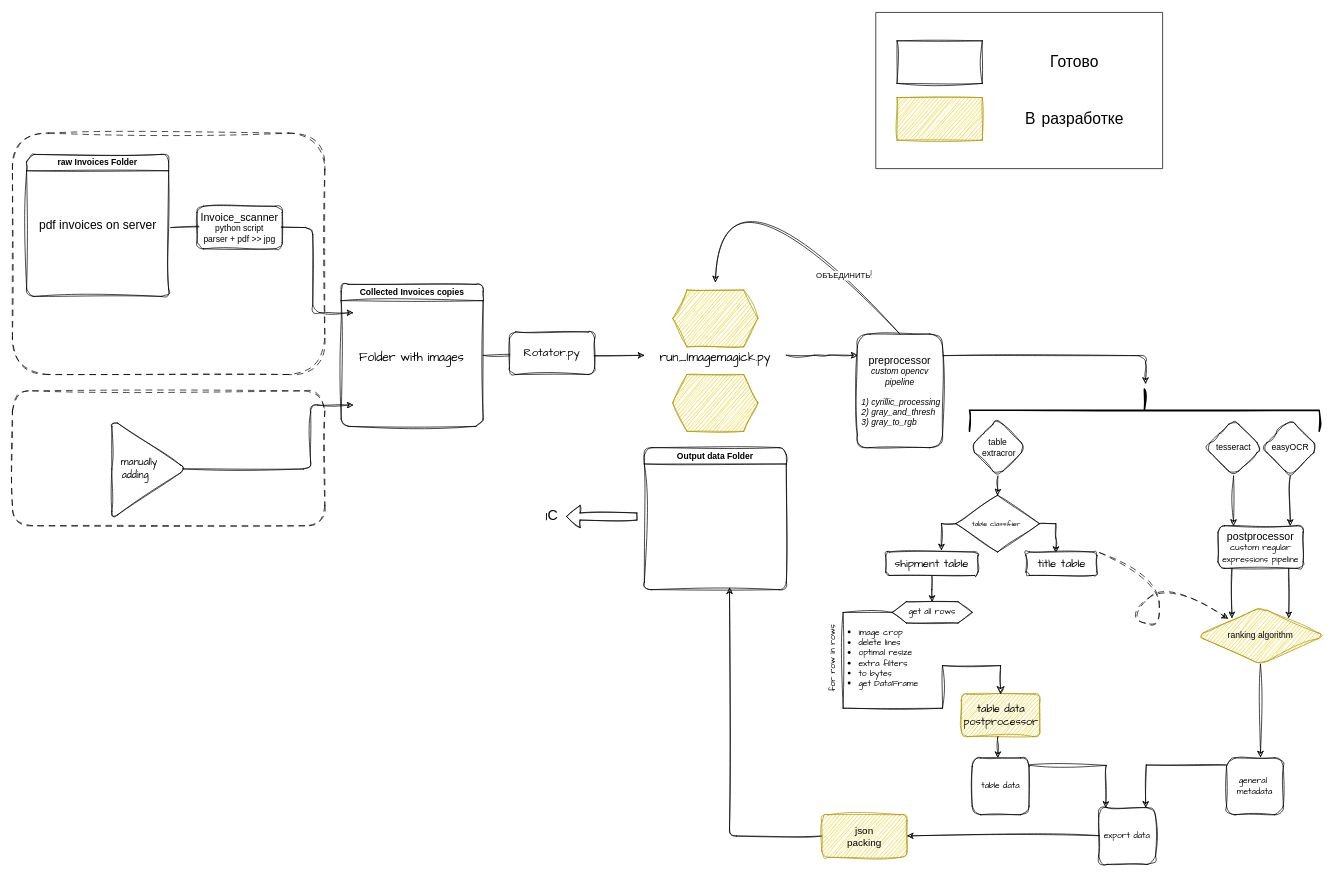
maxfil333/shared keeps this draw.io diagram as SCHEMAS/invoice.drawio. Above is the earlier version. Source tidied: cells renumbered, new cells numbered last; positions are measured from the earlier drawing's top-left corner, leaving out a move shared by most shapes. Both pictures are drawn from the tidied source at 71%, with x=0, y=0 at pixel (12, 12).
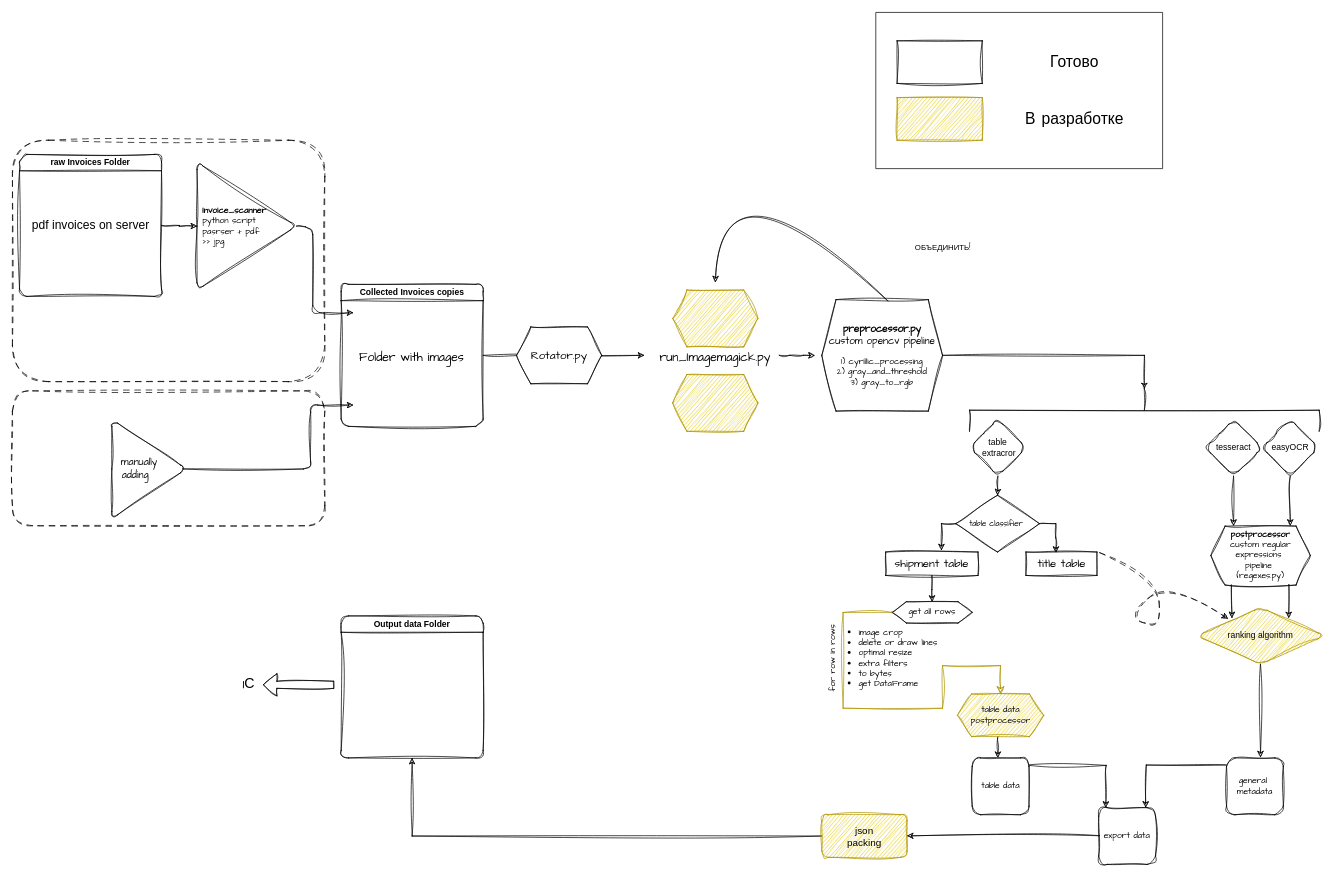
The same diagram, later.

The change refers to these unchanged cells:
```xml
<mxCell id="43" value="&lt;font style=&quot;font-size: 14px;&quot;&gt;json&lt;/font&gt;&lt;div style=&quot;font-size: 14px;&quot;&gt;&lt;font style=&quot;font-size: 14px;&quot;&gt;packing&lt;/font&gt;&lt;/div&gt;" style="rounded=1;whiteSpace=wrap;html=1;sketch=1;curveFitting=1;jiggle=2;fillColor=#e3c800;strokeColor=#B09500;fontColor=#000000;" parent="1" vertex="1">
  <mxGeometry x="1140" y="1130" width="120" height="60" as="geometry" />
</mxCell>
<mxCell id="61" value="get all rows" style="shape=hexagon;perimeter=hexagonPerimeter2;whiteSpace=wrap;html=1;fixedSize=1;sketch=1;hachureGap=4;jiggle=2;curveFitting=1;fontFamily=Architects Daughter;" parent="1" vertex="1">
  <mxGeometry x="1239" y="830" width="112.8" height="30" as="geometry" />
</mxCell>
```

Change to the diagram source:
```diff
@@
-    <mxCell id="2" value="&lt;ul&gt;&lt;li&gt;image crop&lt;/li&gt;&lt;li&gt;delete lines&lt;/li&gt;&lt;li&gt;optimal resize&lt;/li&gt;&lt;li&gt;extra filters&lt;/li&gt;&lt;li&gt;to bytes&lt;/li&gt;&lt;li&gt;get DataFrame&lt;/li&gt;&lt;/ul&gt;" style="text;html=1;align=left;verticalAlign=middle;whiteSpace=wrap;rounded=0;fontFamily=Architects Daughter;" parent="1" vertex="1">
-      <mxGeometry x="1150" y="850" width="150" height="120" as="geometry" />
+    <mxCell id="2" value="&lt;ul&gt;&lt;li&gt;image crop&lt;/li&gt;&lt;li&gt;delete or draw lines&lt;/li&gt;&lt;li&gt;optimal resize&lt;/li&gt;&lt;li&gt;extra filters&lt;/li&gt;&lt;li&gt;to bytes&lt;/li&gt;&lt;li&gt;get DataFrame&lt;/li&gt;&lt;/ul&gt;" style="text;html=1;align=left;verticalAlign=middle;whiteSpace=wrap;rounded=0;fontFamily=Architects Daughter;fillColor=none;" parent="1" vertex="1">
+      <mxGeometry x="1150" y="850" width="180" height="120" as="geometry" />
     </mxCell>
@@
     <mxCell id="4" style="rounded=1;whiteSpace=wrap;html=1;fillColor=none;dashed=1;dashPattern=8 8;strokeColor=#000000;sketch=1;curveFitting=1;jiggle=2;" parent="1" vertex="1">
-      <mxGeometry y="170" width="440" height="340" as="geometry" />
+      <mxGeometry y="180" width="440" height="340" as="geometry" />
     </mxCell>
@@
-    <mxCell id="9" value="&lt;font style=&quot;font-size: 15px;&quot;&gt;preprocessor&lt;/font&gt;&lt;div&gt;&lt;i&gt;custom opencv pipeline&lt;/i&gt;&lt;/div&gt;&lt;div&gt;&lt;i&gt;&lt;br&gt;&lt;/i&gt;&lt;/div&gt;&lt;div style=&quot;text-align: left; padding-bottom: 0px; padding-left: 5px;&quot;&gt;&lt;i&gt;1) cyrillic_processing&lt;/i&gt;&lt;/div&gt;&lt;div style=&quot;text-align: left; padding-left: 5px;&quot;&gt;&lt;i&gt;2) gray_and_thresh&lt;/i&gt;&lt;/div&gt;&lt;div style=&quot;text-align: left; padding-left: 5px;&quot;&gt;&lt;i&gt;3) gray_to_rgb&lt;/i&gt;&lt;/div&gt;" style="rounded=1;whiteSpace=wrap;html=1;sketch=1;curveFitting=1;jiggle=2;" parent="1" vertex="1">
-      <mxGeometry x="1190" y="453" width="120" height="160" as="geometry" />
-    </mxCell>
+    <mxCell id="64" style="edgeStyle=orthogonalEdgeStyle;rounded=0;sketch=1;hachureGap=4;jiggle=2;curveFitting=1;jettySize=auto;html=1;fontFamily=Architects Daughter;exitX=0;exitY=0.5;exitDx=0;exitDy=0;" parent="1" edge="1" source="43" target="10">
+      <mxGeometry relative="1" as="geometry">
+        <Array as="points">
+          <mxPoint x="563" y="1160" />
+        </Array>
+      </mxGeometry>
+    </mxCell>
     <mxCell id="10" value="Output data Folder" style="swimlane;whiteSpace=wrap;html=1;glass=0;shadow=0;sketch=1;curveFitting=1;jiggle=2;rounded=1;" parent="1" vertex="1">
-      <mxGeometry x="890" y="613" width="200" height="200" as="geometry" />
+      <mxGeometry x="463" y="850" width="200" height="200" as="geometry" />
     </mxCell>
+    <mxCell id="65" style="edgeStyle=orthogonalEdgeStyle;rounded=0;sketch=1;hachureGap=4;jiggle=2;curveFitting=1;jettySize=auto;html=1;entryX=0;entryY=0.5;entryDx=0;entryDy=0;fontFamily=Architects Daughter;" parent="1" edge="1" source="11" target="69">
+      <mxGeometry relative="1" as="geometry" />
+    </mxCell>
     <mxCell id="11" value="raw Invoices Folder" style="swimlane;whiteSpace=wrap;html=1;sketch=1;curveFitting=1;jiggle=2;rounded=1;" parent="1" vertex="1">
-      <mxGeometry x="20" y="200" width="200" height="200" as="geometry" />
+      <mxGeometry x="10" y="200" width="200" height="200" as="geometry" />
     </mxCell>
@@
-    <mxCell id="13" value="Collected Invoices copies" style="swimlane;whiteSpace=wrap;html=1;sketch=1;curveFitting=1;jiggle=2;rounded=1;" parent="1" vertex="1">
+    <mxCell id="13" value="Collected Invoices copies" style="swimlane;whiteSpace=wrap;html=1;sketch=1;curveFitting=1;jiggle=2;rounded=1;shadow=0;gradientColor=none;swimlaneFillColor=none;" parent="1" vertex="1">
       <mxGeometry x="463" y="383" width="200" height="200" as="geometry" />
     </mxCell>
-    <mxCell id="14" style="rounded=1;orthogonalLoop=1;jettySize=auto;html=1;sketch=1;curveFitting=1;jiggle=2;" parent="13" edge="1">
+    <mxCell id="14" style="rounded=1;jettySize=auto;html=1;sketch=1;curveFitting=1;jiggle=2;exitX=1;exitY=0.5;exitDx=0;exitDy=0;" parent="13" edge="1" source="69">
       <mxGeometry relative="1" as="geometry">
-        <mxPoint x="-240" y="-80" as="sourcePoint" />
         <mxPoint x="17" y="40" as="targetPoint" />
         <Array as="points">
           <mxPoint x="-40" y="-80" />
           <mxPoint x="-40" y="40" />
         </Array>
       </mxGeometry>
     </mxCell>
@@
-    <mxCell id="19" value="&lt;span style=&quot;font-size: 16px;&quot;&gt;&lt;font face=&quot;Comic Sans MS&quot;&gt;Rotator.py&lt;/font&gt;&lt;/span&gt;" style="rounded=1;whiteSpace=wrap;html=1;sketch=1;curveFitting=1;jiggle=2;" parent="1" vertex="1">
-      <mxGeometry x="700" y="450" width="120" height="60" as="geometry" />
-    </mxCell>
-    <mxCell id="20" value="&lt;font style=&quot;font-size: 15px;&quot;&gt;Invoice_scanner&lt;/font&gt;&lt;div style=&quot;&quot;&gt;&lt;font style=&quot;font-size: 12px;&quot;&gt;python script&lt;/font&gt;&lt;/div&gt;&lt;div style=&quot;&quot;&gt;&lt;font style=&quot;font-size: 12px;&quot;&gt;parser + pdf &amp;gt;&amp;gt; jpg&lt;/font&gt;&lt;/div&gt;" style="rounded=1;whiteSpace=wrap;html=1;sketch=1;curveFitting=1;jiggle=2;" parent="1" vertex="1">
-      <mxGeometry x="260" y="273" width="120" height="60" as="geometry" />
-    </mxCell>
-    <mxCell id="21" style="curved=1;endArrow=classic;html=1;rounded=1;exitX=0.5;exitY=0;exitDx=0;exitDy=0;sketch=1;curveFitting=1;jiggle=2;" parent="1" edge="1" source="9">
+    <mxCell id="21" style="curved=1;endArrow=classic;html=1;rounded=1;exitX=0.5;exitY=0;exitDx=0;exitDy=0;sketch=1;curveFitting=1;jiggle=2;" parent="1" edge="1">
       <mxGeometry relative="1" as="geometry">
+        <mxPoint x="1240" y="413" as="sourcePoint" />
         <mxPoint x="990" y="380" as="targetPoint" />
         <Array as="points">
           <mxPoint x="1000" y="183" />
         </Array>
       </mxGeometry>
     </mxCell>
@@
-    <mxCell id="24" value="&lt;font style=&quot;font-size: 15px;&quot;&gt;postprocessor&lt;/font&gt;&lt;div&gt;&lt;font face=&quot;Comic Sans MS&quot;&gt;custom regular expressions pipeline&lt;/font&gt;&lt;/div&gt;" style="rounded=1;whiteSpace=wrap;html=1;sketch=1;curveFitting=1;jiggle=2;" parent="1" vertex="1">
-      <mxGeometry x="1698" y="723" width="120" height="60" as="geometry" />
-    </mxCell>
@@
-    <mxCell id="30" style="strokeWidth=2;html=1;shape=mxgraph.flowchart.annotation_2;align=left;labelPosition=right;rotation=90;sketch=1;curveFitting=1;jiggle=2;rounded=1;" parent="1" vertex="1">
+    <mxCell id="30" style="strokeWidth=1;html=1;shape=mxgraph.flowchart.annotation_2;align=left;labelPosition=right;rotation=90;sketch=1;curveFitting=1;jiggle=2;rounded=1;" parent="1" vertex="1">
       <mxGeometry x="1564.5" y="314" width="59.5" height="492.5" as="geometry" />
     </mxCell>
-    <mxCell id="31" style="endArrow=classic;html=1;rounded=1;edgeStyle=elbowEdgeStyle;sketch=1;curveFitting=1;jiggle=2;" parent="1" edge="1">
-      <mxGeometry relative="1" as="geometry">
-        <mxPoint x="1090" y="482.8" as="sourcePoint" />
-        <mxPoint x="1190" y="483" as="targetPoint" />
-      </mxGeometry>
-    </mxCell>
-    <mxCell id="32" style="endArrow=classic;html=1;rounded=1;edgeStyle=elbowEdgeStyle;sketch=1;curveFitting=1;jiggle=2;exitX=1.007;exitY=0.19;exitDx=0;exitDy=0;exitPerimeter=0;" parent="1" edge="1" source="9">
-      <mxGeometry relative="1" as="geometry">
-        <mxPoint x="1596" y="523" as="targetPoint" />
-        <Array as="points">
-          <mxPoint x="1596" y="483" />
-        </Array>
-      </mxGeometry>
-    </mxCell>
@@
-    <mxCell id="35" value="&lt;font face=&quot;Comic Sans MS&quot; style=&quot;font-size: 15px;&quot;&gt;table data postprocessor&lt;/font&gt;" style="rounded=1;whiteSpace=wrap;html=1;sketch=1;curveFitting=1;jiggle=2;fillColor=#e3c800;strokeColor=#B09500;fontColor=#000000;" parent="1" vertex="1">
-      <mxGeometry x="1336.5" y="960" width="110.5" height="60" as="geometry" />
-    </mxCell>
@@
-    <mxCell id="39" style="endArrow=classic;html=1;rounded=1;sketch=1;curveFitting=1;jiggle=2;exitX=0;exitY=0.5;exitDx=0;exitDy=0;" parent="1" edge="1" source="43">
-      <mxGeometry relative="1" as="geometry">
-        <mxPoint x="1010" y="810" as="targetPoint" />
-        <Array as="points">
-          <mxPoint x="1010" y="1160" />
-        </Array>
-      </mxGeometry>
-    </mxCell>
@@
     <mxCell id="44" style="shape=flexArrow;endArrow=classic;html=1;rounded=0;sketch=1;curveFitting=1;jiggle=2;" parent="1" edge="1">
       <mxGeometry relative="1" as="geometry">
-        <mxPoint x="880" y="710" as="sourcePoint" />
-        <mxPoint x="780" y="710" as="targetPoint" />
+        <mxPoint x="453" y="947" as="sourcePoint" />
+        <mxPoint x="353" y="947" as="targetPoint" />
       </mxGeometry>
     </mxCell>
     <mxCell id="45" value="&lt;font style=&quot;font-size: 20px;&quot; face=&quot;Comic Sans MS&quot;&gt;1С&lt;/font&gt;" style="text;html=1;align=center;verticalAlign=middle;whiteSpace=wrap;rounded=0;sketch=1;curveFitting=1;jiggle=2;" parent="1" vertex="1">
-      <mxGeometry x="730" y="693" width="60" height="30" as="geometry" />
+      <mxGeometry x="303" y="930" width="60" height="30" as="geometry" />
     </mxCell>
@@
-    <mxCell id="54" value="&lt;font style=&quot;font-size: 10px;&quot; face=&quot;Comic Sans MS&quot;&gt;table classifier&amp;nbsp;&lt;/font&gt;" style="rhombus;whiteSpace=wrap;html=1;sketch=1;curveFitting=1;jiggle=2;" parent="1" vertex="1">
+    <mxCell id="54" value="&lt;font style=&quot;font-size: 11px;&quot; face=&quot;Comic Sans MS&quot;&gt;table classifier&amp;nbsp;&lt;/font&gt;" style="rhombus;whiteSpace=wrap;html=1;sketch=1;curveFitting=1;jiggle=2;" parent="1" vertex="1">
       <mxGeometry x="1328.5" y="680" width="118" height="80" as="geometry" />
     </mxCell>
-    <mxCell id="55" value="&lt;font style=&quot;font-size: 16px;&quot;&gt;title&amp;nbsp;&lt;/font&gt;&lt;span style=&quot;font-size: 16px; background-color: initial;&quot;&gt;table&lt;/span&gt;" style="rounded=1;whiteSpace=wrap;html=1;sketch=1;hachureGap=4;jiggle=2;curveFitting=1;fontFamily=Architects Daughter;align=center;" parent="1" vertex="1">
+    <mxCell id="55" value="&lt;font style=&quot;font-size: 16px;&quot;&gt;title&amp;nbsp;&lt;/font&gt;&lt;span style=&quot;font-size: 16px; background-color: initial;&quot;&gt;table&lt;/span&gt;" style="rounded=0;whiteSpace=wrap;html=1;sketch=1;hachureGap=4;jiggle=2;curveFitting=1;fontFamily=Architects Daughter;align=center;" parent="1" vertex="1">
       <mxGeometry x="1427.5" y="760" width="100" height="33" as="geometry" />
     </mxCell>
@@
-    <mxCell id="57" value="&lt;font style=&quot;font-size: 16px;&quot;&gt;shipment&amp;nbsp;&lt;/font&gt;&lt;span style=&quot;background-color: initial; font-size: 16px;&quot;&gt;table&lt;/span&gt;" style="rounded=1;whiteSpace=wrap;html=1;sketch=1;hachureGap=4;jiggle=2;curveFitting=1;fontFamily=Architects Daughter;align=center;" parent="1" vertex="1">
+    <mxCell id="57" value="&lt;font style=&quot;font-size: 16px;&quot;&gt;shipment&amp;nbsp;&lt;/font&gt;&lt;span style=&quot;background-color: initial; font-size: 16px;&quot;&gt;table&lt;/span&gt;" style="rounded=0;whiteSpace=wrap;html=1;sketch=1;hachureGap=4;jiggle=2;curveFitting=1;fontFamily=Architects Daughter;align=center;" parent="1" vertex="1">
       <mxGeometry x="1230" y="760" width="130" height="33" as="geometry" />
     </mxCell>
@@
-    <mxCell id="63" style="edgeStyle=segmentEdgeStyle;endArrow=classic;html=1;curved=0;rounded=0;endSize=8;startSize=8;sourcePerimeterSpacing=0;targetPerimeterSpacing=0;sketch=1;hachureGap=4;jiggle=2;curveFitting=1;fontFamily=Architects Daughter;exitX=-0.003;exitY=0.503;exitDx=0;exitDy=0;exitPerimeter=0;entryX=0.5;entryY=0;entryDx=0;entryDy=0;" parent="1" edge="1" source="61" target="35">
+    <mxCell id="63" style="edgeStyle=segmentEdgeStyle;endArrow=classic;html=1;curved=0;rounded=0;endSize=8;startSize=8;sourcePerimeterSpacing=0;targetPerimeterSpacing=0;sketch=1;hachureGap=4;jiggle=2;curveFitting=1;fontFamily=Architects Daughter;exitX=-0.003;exitY=0.503;exitDx=0;exitDy=0;exitPerimeter=0;entryX=0.5;entryY=0;entryDx=0;entryDy=0;fillColor=#e3c800;strokeColor=#B09500;" parent="1" edge="1" source="61">
       <mxGeometry relative="1" as="geometry">
+        <mxPoint x="1391.7" y="960" as="targetPoint" />
         <Array as="points">
           <mxPoint x="1170" y="845" />
           <mxPoint x="1170" y="980" />
           <mxPoint x="1310" y="980" />
           <mxPoint x="1310" y="920" />
           <mxPoint x="1392" y="920" />
         </Array>
       </mxGeometry>
     </mxCell>
+    <mxCell id="19" value="&lt;font style=&quot;font-size: 16px;&quot;&gt;Rotator.py&lt;/font&gt;" style="shape=hexagon;perimeter=hexagonPerimeter2;whiteSpace=wrap;html=1;fixedSize=1;sketch=1;hachureGap=4;jiggle=2;curveFitting=1;fontFamily=Architects Daughter;" parent="1" vertex="1">
+      <mxGeometry x="710" y="443" width="120" height="80" as="geometry" />
+    </mxCell>
+    <mxCell id="66" value="&lt;font style=&quot;font-size: 14px;&quot;&gt;&lt;b&gt;preprocessor.py&lt;/b&gt;&lt;/font&gt;&lt;div style=&quot;font-size: 14px;&quot;&gt;custom opencv pipeline&lt;/div&gt;&lt;div&gt;&lt;br&gt;&lt;/div&gt;&lt;div&gt;1) cyrillic_processing&lt;/div&gt;&lt;div&gt;2) gray_and_threshold&lt;/div&gt;&lt;div&gt;3) gray_to_rgb&lt;/div&gt;" style="shape=hexagon;perimeter=hexagonPerimeter2;whiteSpace=wrap;html=1;fixedSize=1;sketch=1;hachureGap=4;jiggle=2;curveFitting=1;fontFamily=Architects Daughter;" parent="1" vertex="1">
+      <mxGeometry x="1140" y="404.5" width="170" height="157" as="geometry" />
+    </mxCell>
+    <mxCell id="31" style="endArrow=classic;html=1;rounded=1;edgeStyle=elbowEdgeStyle;sketch=1;curveFitting=1;jiggle=2;entryX=0;entryY=0.5;entryDx=0;entryDy=0;" parent="1" edge="1">
+      <mxGeometry relative="1" as="geometry">
+        <mxPoint x="1080" y="482.9" as="sourcePoint" />
+        <mxPoint x="1130" y="483.1" as="targetPoint" />
+      </mxGeometry>
+    </mxCell>
+    <mxCell id="67" style="edgeStyle=orthogonalEdgeStyle;rounded=0;sketch=1;hachureGap=4;jiggle=2;curveFitting=1;jettySize=auto;html=1;entryX=0;entryY=0.5;entryDx=0;entryDy=0;entryPerimeter=0;fontFamily=Architects Daughter;" parent="1" edge="1" source="66" target="30">
+      <mxGeometry relative="1" as="geometry" />
+    </mxCell>
+    <mxCell id="68" value="&lt;b&gt;postprocessor&lt;/b&gt;&lt;div&gt;custom regular&lt;/div&gt;&lt;div&gt;expressions&amp;nbsp;&lt;/div&gt;&lt;div&gt;pipeline&amp;nbsp;&lt;/div&gt;&lt;div&gt;(regexes.py)&lt;/div&gt;" style="shape=hexagon;perimeter=hexagonPerimeter2;whiteSpace=wrap;html=1;fixedSize=1;sketch=1;hachureGap=4;jiggle=2;curveFitting=1;fontFamily=Architects Daughter;" parent="1" vertex="1">
+      <mxGeometry x="1688" y="723.5" width="140" height="83" as="geometry" />
+    </mxCell>
+    <mxCell id="35" value="table data&lt;div&gt;postprocessor&lt;/div&gt;" style="shape=hexagon;perimeter=hexagonPerimeter2;whiteSpace=wrap;html=1;fixedSize=1;sketch=1;hachureGap=4;jiggle=2;curveFitting=1;fontFamily=Architects Daughter;fillColor=#e3c800;fontColor=#000000;strokeColor=#B09500;" parent="1" vertex="1">
+      <mxGeometry x="1331" y="960" width="121.5" height="60" as="geometry" />
+    </mxCell>
+    <mxCell id="69" value="&lt;b&gt;Invoice_scanner&lt;/b&gt;&lt;div&gt;python script&lt;/div&gt;&lt;div&gt;pasrser + pdf&lt;/div&gt;&lt;div&gt;&amp;gt;&amp;gt; jpg&lt;/div&gt;" style="triangle;whiteSpace=wrap;html=1;sketch=1;hachureGap=4;jiggle=2;curveFitting=1;fontFamily=Architects Daughter;align=left;spacingLeft=6;rounded=1;" parent="1" vertex="1">
+      <mxGeometry x="260" y="211" width="140" height="180" as="geometry" />
+    </mxCell>
```
